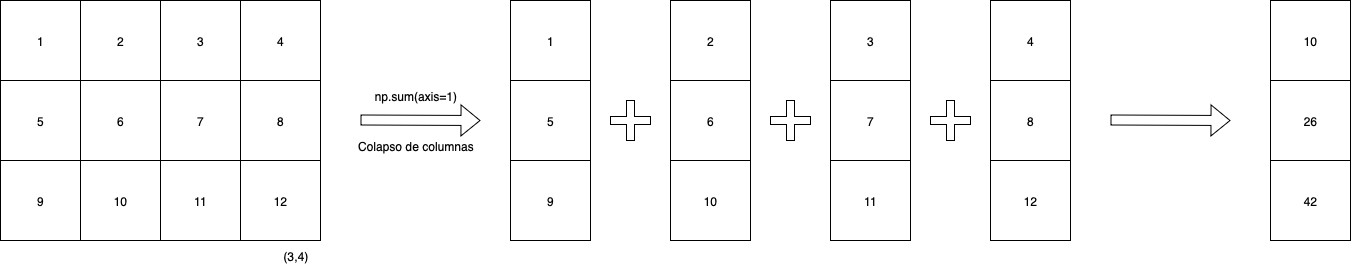
This is 10_computacion_numerica/imgs/numpy_axis-1.png from EnriqueVilchezL/principios_de_info, a draw.io export, as it was before one commit. Source tidied: cells renumbered, new cells last; positions are measured from the earlier drawing's top-left corner, leaving out a move shared by most shapes.
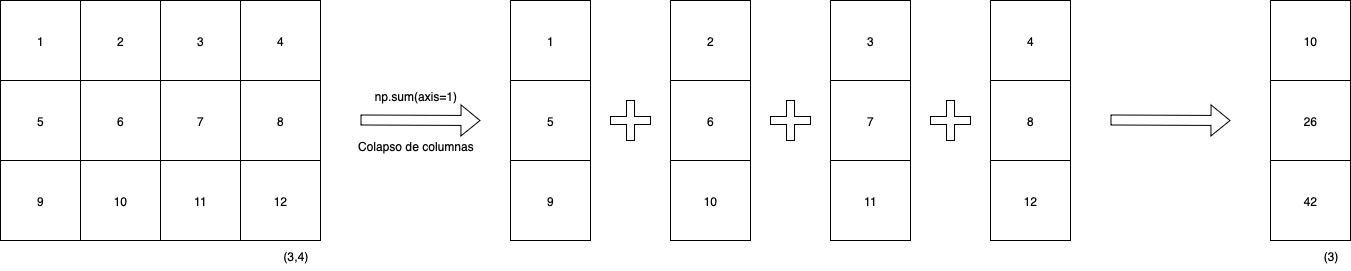
Above is the later version.

The edit, as a diff of the source:
```diff
@@ -113,5 +113,8 @@
     <mxCell id="36" value="42" style="whiteSpace=wrap;html=1;" parent="1" vertex="1">
       <mxGeometry x="1270" y="160" width="80" height="80" as="geometry" />
     </mxCell>
+    <mxCell id="37" value="(3)" style="text;html=1;align=center;verticalAlign=middle;strokeColor=none;fillColor=none;" parent="1" vertex="1">
+      <mxGeometry x="1310" y="240" width="40" height="30" as="geometry" />
+    </mxCell>
   </root>
 </mxGraphModel>
```
